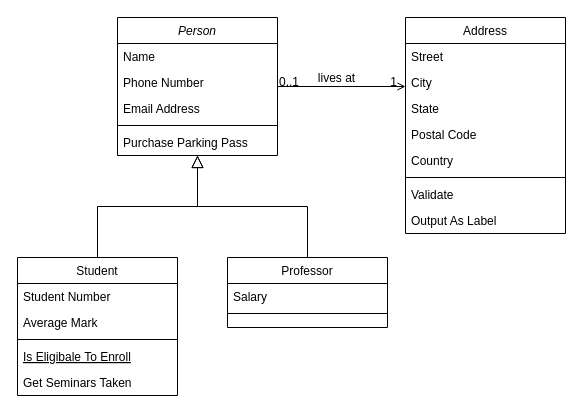
Above: DiagramaDeClasse.drawio in Mathschmidt/POO-Abstracao (draw.io), before the change. Source tidied: cells renumbered, new cells numbered last; positions are measured from the earlier drawing's top-left corner, leaving out a move shared by most shapes. Both pictures are drawn from the tidied source at 100%, with x=0, y=0 at pixel (17, 17).
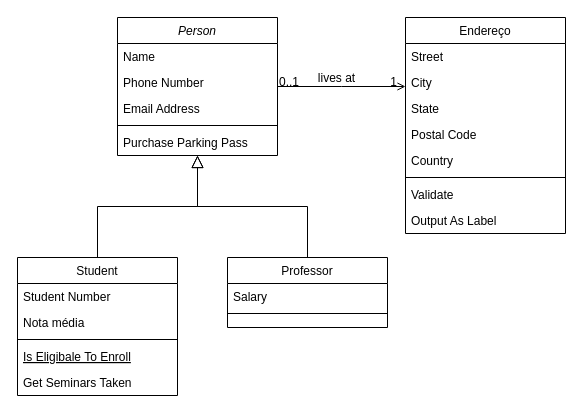
Above is the later version.

Unchanged cells that the change refers to:
```xml
<mxCell id="8" value="Student" style="swimlane;fontStyle=0;align=center;verticalAlign=top;horizontal=1;startSize=26;rounded=0;shadow=0;strokeWidth=1;" parent="1" vertex="1">
  <mxGeometry y="240" width="160" height="138" as="geometry" />
</mxCell>
```

The edit, as a diff of the source:
```diff
@@
-    <mxCell id="10" value="Average Mark" style="text;align=left;verticalAlign=top;spacingLeft=4;spacingRight=4;overflow=hidden;rounded=0;shadow=0;html=0;" parent="8" vertex="1">
+    <mxCell id="10" value="Nota média" style="text;align=left;verticalAlign=top;spacingLeft=4;spacingRight=4;overflow=hidden;rounded=0;shadow=0;html=0;" parent="8" vertex="1">
       <mxGeometry y="52" width="160" height="26" as="geometry" />
     </mxCell>
@@
-    <mxCell id="19" value="Address" style="swimlane;fontStyle=0;align=center;verticalAlign=top;horizontal=1;startSize=26;rounded=0;shadow=0;strokeWidth=1;" parent="1" vertex="1">
+    <mxCell id="19" value="Endereço" style="swimlane;fontStyle=0;align=center;verticalAlign=top;horizontal=1;startSize=26;rounded=0;shadow=0;strokeWidth=1;" parent="1" vertex="1">
       <mxGeometry x="388" width="160" height="216" as="geometry" />
     </mxCell>
```
